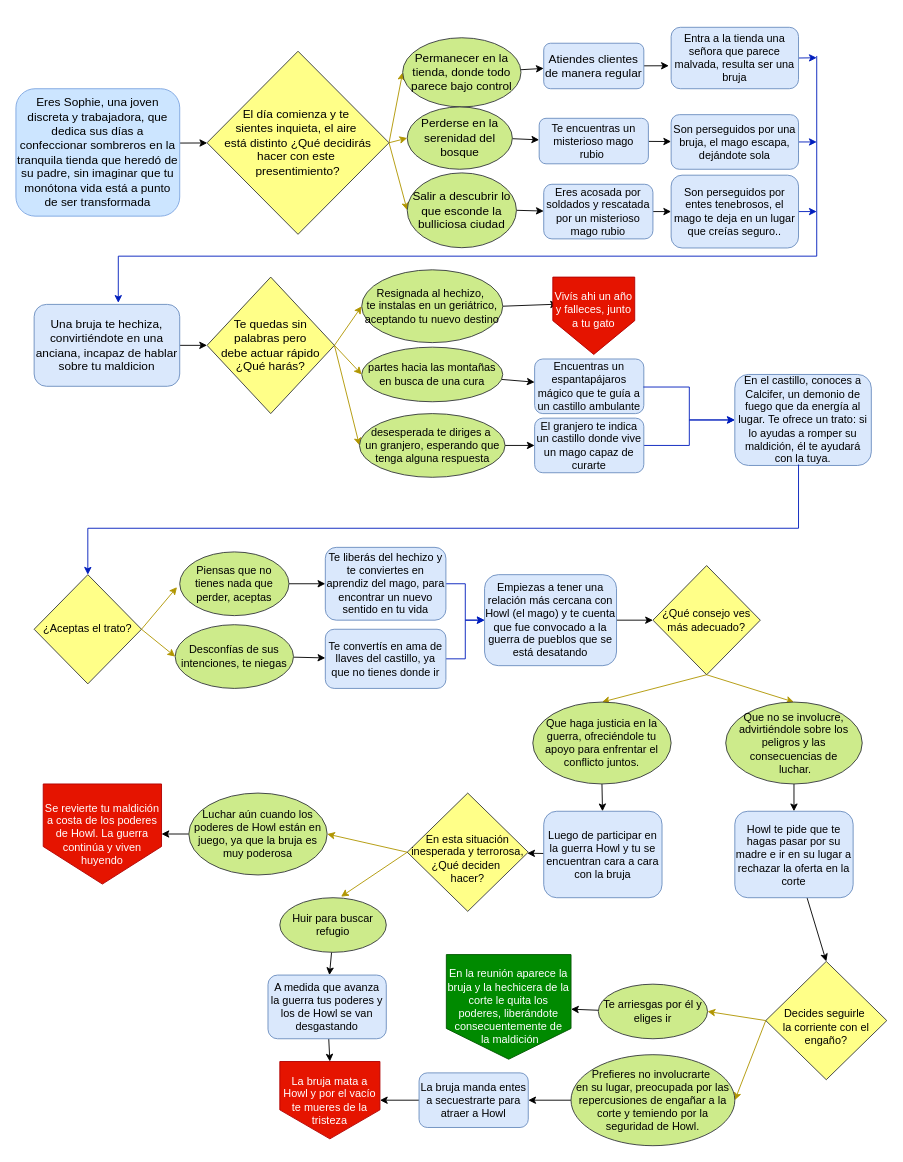
Before: Untitled Diagram.drawio in delfinapinto/pmiw, a draw.io diagram. Source tidied: cells renumbered, new cells numbered last; positions are measured from the earlier drawing's top-left corner, leaving out a move shared by most shapes. Both pictures are drawn from the tidied source at 91%, with x=0, y=0 at pixel (15, 26).
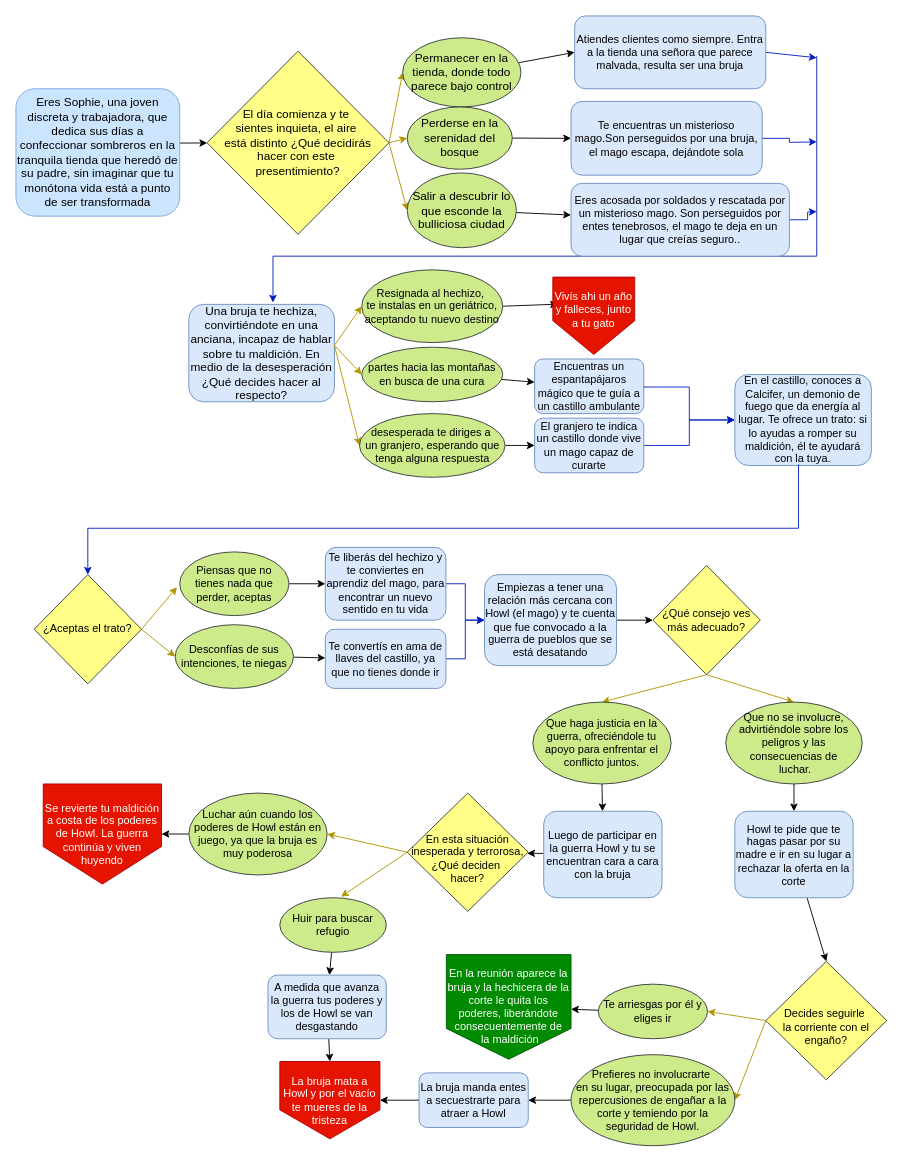
The same page after the edit.

The change refers to these unchanged cells:
```xml
<mxCell id="9" value="&lt;font style=&quot;font-size: 13px;&quot;&gt;Permanecer en la tienda, donde todo parece bajo control&lt;/font&gt;" style="ellipse;whiteSpace=wrap;html=1;fillColor=#cdeb8b;strokeColor=#36393d;" parent="1" vertex="1">
  <mxGeometry x="425" y="12" width="130" height="76" as="geometry" />
</mxCell>
<mxCell id="11" value="&lt;font style=&quot;font-size: 13px;&quot;&gt;Perderse en la serenidad del bosque&lt;/font&gt;" style="ellipse;whiteSpace=wrap;html=1;fillColor=#cdeb8b;strokeColor=#36393d;" parent="1" vertex="1">
  <mxGeometry x="430" y="88" width="115.5" height="68.5" as="geometry" />
</mxCell>
<mxCell id="13" value="&lt;font style=&quot;font-size: 13px;&quot;&gt;Salir a descubrir lo que esconde la bulliciosa ciudad&lt;/font&gt;" style="ellipse;whiteSpace=wrap;html=1;fillColor=#cdeb8b;strokeColor=#36393d;" parent="1" vertex="1">
  <mxGeometry x="430" y="160.5" width="120" height="82.2" as="geometry" />
</mxCell>
<mxCell id="36" value="Resignada al hechizo,&amp;nbsp;&lt;div&gt;te instalas en un geriátrico, aceptando tu nuevo destino&lt;/div&gt;" style="ellipse;whiteSpace=wrap;html=1;fillColor=#cdeb8b;strokeColor=#36393d;" parent="1" vertex="1">
  <mxGeometry x="380" y="267" width="155" height="80" as="geometry" />
</mxCell>
<mxCell id="38" value="partes hacia las montañas en busca de una cura" style="ellipse;whiteSpace=wrap;html=1;fillColor=#cdeb8b;strokeColor=#36393d;" parent="1" vertex="1">
  <mxGeometry x="380" y="352" width="155" height="60" as="geometry" />
</mxCell>
<mxCell id="40" value="desesperada te diriges a&amp;nbsp;&lt;div&gt;un granjero, esperando que tenga alguna respuesta&lt;/div&gt;" style="ellipse;whiteSpace=wrap;html=1;fillColor=#cdeb8b;strokeColor=#36393d;" parent="1" vertex="1">
  <mxGeometry x="377.5" y="425" width="160" height="70" as="geometry" />
</mxCell>
```

The edit, as a diff of the source:
```diff
@@
-    <mxCell id="8" style="rounded=0;jettySize=auto;html=1;fillColor=#60a917;strokeColor=#000000;" parent="1" edge="1" source="9" target="15">
+    <mxCell id="8" style="rounded=0;jettySize=auto;html=1;fillColor=#60a917;strokeColor=#000000;entryX=0;entryY=0.5;entryDx=0;entryDy=0;" parent="1" edge="1" source="9" target="23">
       <mxGeometry relative="1" as="geometry" />
     </mxCell>
@@
-    <mxCell id="10" style="rounded=0;jettySize=auto;html=1;fillColor=#60a917;strokeColor=#000000;" parent="1" edge="1" source="11" target="17">
+    <mxCell id="10" style="rounded=0;jettySize=auto;html=1;fillColor=#60a917;strokeColor=#000000;entryX=0;entryY=0.5;entryDx=0;entryDy=0;" parent="1" edge="1" source="11" target="26">
       <mxGeometry relative="1" as="geometry" />
     </mxCell>
@@
-    <mxCell id="12" style="rounded=0;jettySize=auto;html=1;fillColor=#60a917;strokeColor=#000000;" parent="1" edge="1" source="13" target="20">
+    <mxCell id="12" style="rounded=0;jettySize=auto;html=1;fillColor=#60a917;strokeColor=#000000;" parent="1" edge="1" source="13" target="28">
       <mxGeometry relative="1" as="geometry" />
     </mxCell>
@@
-    <mxCell id="14" style="rounded=0;jettySize=auto;html=1;entryX=-0.018;entryY=0.626;entryDx=0;entryDy=0;entryPerimeter=0;" parent="1" edge="1" source="15" target="23">
-      <mxGeometry relative="1" as="geometry" />
-    </mxCell>
-    <mxCell id="15" value="&lt;font style=&quot;font-size: 13px;&quot;&gt;Atiendes clientes de manera regular&lt;/font&gt;" style="rounded=1;whiteSpace=wrap;html=1;fillColor=#dae8fc;strokeColor=#6c8ebf;" parent="1" vertex="1">
-      <mxGeometry x="580" y="18" width="110" height="50" as="geometry" />
-    </mxCell>
-    <mxCell id="16" style="rounded=0;jettySize=auto;html=1;" parent="1" edge="1" source="17" target="26">
-      <mxGeometry relative="1" as="geometry" />
-    </mxCell>
-    <mxCell id="17" value="Te encuentras un misterioso mago rubio&amp;nbsp;" style="rounded=1;whiteSpace=wrap;html=1;fillColor=#dae8fc;strokeColor=#6c8ebf;" parent="1" vertex="1">
-      <mxGeometry x="575" y="100.5" width="120" height="50" as="geometry" />
-    </mxCell>
-    <mxCell id="18" style="rounded=0;jettySize=auto;html=1;" parent="1" edge="1" source="20">
-      <mxGeometry relative="1" as="geometry">
-        <mxPoint x="642" y="205.9" as="targetPoint" />
-      </mxGeometry>
-    </mxCell>
-    <mxCell id="19" style="rounded=0;jettySize=auto;html=1;exitX=1;exitY=0.5;exitDx=0;exitDy=0;entryX=0;entryY=0.5;entryDx=0;entryDy=0;" parent="1" edge="1" source="20" target="28">
-      <mxGeometry relative="1" as="geometry" />
-    </mxCell>
-    <mxCell id="20" value="Eres acosada por soldados y rescatada por un misterioso mago rubio" style="rounded=1;whiteSpace=wrap;html=1;fillColor=#dae8fc;strokeColor=#6c8ebf;" parent="1" vertex="1">
-      <mxGeometry x="580" y="173" width="120" height="60" as="geometry" />
-    </mxCell>
     <mxCell id="21" style="edgeStyle=orthogonalEdgeStyle;rounded=0;jettySize=auto;html=1;entryX=0.578;entryY=-0.019;entryDx=0;entryDy=0;fillColor=#0050ef;strokeColor=#001DBC;entryPerimeter=0;" parent="1" edge="1" target="30">
       <mxGeometry relative="1" as="geometry">
         <mxPoint x="880" y="32" as="sourcePoint" />
         <Array as="points">
           <mxPoint x="880" y="252" />
-          <mxPoint x="112" y="252" />
+          <mxPoint x="282" y="252" />
+          <mxPoint x="282" y="303" />
         </Array>
       </mxGeometry>
     </mxCell>
@@
-    <mxCell id="23" value="Entra a la tienda una señora que parece malvada, resulta ser una bruja" style="whiteSpace=wrap;html=1;rounded=1;fillColor=#dae8fc;strokeColor=#6c8ebf;" parent="1" vertex="1">
-      <mxGeometry x="720" y="0.5" width="140" height="67.5" as="geometry" />
+    <mxCell id="23" value="Atiendes clientes como siempre. Entra a la tienda una señora que parece malvada, resulta ser una bruja" style="whiteSpace=wrap;html=1;rounded=1;fillColor=#dae8fc;strokeColor=#6c8ebf;" parent="1" vertex="1">
+      <mxGeometry x="614" y="-12" width="210" height="80" as="geometry" />
     </mxCell>
@@
-    <mxCell id="26" value="Son perseguidos por una bruja, el mago escapa, dejándote sola" style="rounded=1;whiteSpace=wrap;html=1;fillColor=#dae8fc;strokeColor=#6c8ebf;" parent="1" vertex="1">
-      <mxGeometry x="720" y="96.5" width="140" height="60" as="geometry" />
+    <mxCell id="26" value="Te encuentras un misterioso mago.Son perseguidos por una bruja, el mago escapa, dejándote sola" style="rounded=1;whiteSpace=wrap;html=1;fillColor=#dae8fc;strokeColor=#6c8ebf;" parent="1" vertex="1">
+      <mxGeometry x="610" y="82" width="210" height="81" as="geometry" />
     </mxCell>
@@
-    <mxCell id="28" value="Son perseguidos por entes tenebrosos, el mago te deja en un lugar  que creías seguro.." style="rounded=1;whiteSpace=wrap;html=1;fillColor=#dae8fc;strokeColor=#6c8ebf;" parent="1" vertex="1">
-      <mxGeometry x="720" y="163" width="140" height="80" as="geometry" />
+    <mxCell id="28" value="Eres acosada por soldados y rescatada por un misterioso mago. Son perseguidos por entes tenebrosos, el mago te deja en un lugar  que creías seguro.." style="rounded=1;whiteSpace=wrap;html=1;fillColor=#dae8fc;strokeColor=#6c8ebf;" parent="1" vertex="1">
+      <mxGeometry x="610" y="172" width="240" height="80" as="geometry" />
     </mxCell>
-    <mxCell id="29" style="rounded=0;jettySize=auto;html=1;exitX=1;exitY=0.5;exitDx=0;exitDy=0;entryX=0;entryY=0.5;entryDx=0;entryDy=0;" parent="1" edge="1" source="30" target="34">
-      <mxGeometry relative="1" as="geometry" />
+    <mxCell id="29" style="rounded=0;jettySize=auto;html=1;exitX=1;exitY=0.5;exitDx=0;exitDy=0;entryX=0;entryY=0.5;entryDx=0;entryDy=0;" parent="1" edge="1" source="30">
+      <mxGeometry relative="1" as="geometry">
+        <mxPoint x="210" y="350" as="targetPoint" />
+      </mxGeometry>
     </mxCell>
-    <mxCell id="30" value="&lt;font style=&quot;font-size: 13px;&quot;&gt;Una bruja te hechiza, convirtiéndote en una anciana, incapaz de hablar sobre tu maldicion&lt;/font&gt;" style="rounded=1;whiteSpace=wrap;html=1;fillColor=#dae8fc;strokeColor=#6c8ebf;" parent="1" vertex="1">
-      <mxGeometry x="20" y="305" width="160" height="90" as="geometry" />
+    <mxCell id="30" value="&lt;font style=&quot;font-size: 13px;&quot;&gt;Una bruja te hechiza, convirtiéndote en una anciana, incapaz de hablar sobre tu maldición. En medio de la desesperación ¿Qué decides hacer al respecto?&lt;/font&gt;" style="rounded=1;whiteSpace=wrap;html=1;fillColor=#dae8fc;strokeColor=#6c8ebf;" parent="1" vertex="1">
+      <mxGeometry x="190" y="305" width="160" height="107" as="geometry" />
     </mxCell>
-    <mxCell id="31" style="rounded=0;jettySize=auto;html=1;fillColor=#e3c800;strokeColor=#B09500;exitX=1;exitY=0.5;exitDx=0;exitDy=0;entryX=0;entryY=0.5;entryDx=0;entryDy=0;" parent="1" edge="1" source="34" target="36">
-      <mxGeometry relative="1" as="geometry" />
+    <mxCell id="31" style="rounded=0;jettySize=auto;html=1;fillColor=#e3c800;strokeColor=#B09500;exitX=1;exitY=0.5;exitDx=0;exitDy=0;entryX=0;entryY=0.5;entryDx=0;entryDy=0;" parent="1" edge="1" target="36">
+      <mxGeometry relative="1" as="geometry">
+        <mxPoint x="350" y="350" as="sourcePoint" />
+      </mxGeometry>
     </mxCell>
-    <mxCell id="32" style="rounded=0;jettySize=auto;html=1;exitX=1;exitY=0.5;exitDx=0;exitDy=0;entryX=0;entryY=0.5;entryDx=0;entryDy=0;fillColor=#e3c800;strokeColor=#B09500;" parent="1" edge="1" source="34" target="38">
-      <mxGeometry relative="1" as="geometry" />
+    <mxCell id="32" style="rounded=0;jettySize=auto;html=1;exitX=1;exitY=0.5;exitDx=0;exitDy=0;entryX=0;entryY=0.5;entryDx=0;entryDy=0;fillColor=#e3c800;strokeColor=#B09500;" parent="1" edge="1" target="38">
+      <mxGeometry relative="1" as="geometry">
+        <mxPoint x="350" y="350" as="sourcePoint" />
+      </mxGeometry>
     </mxCell>
-    <mxCell id="33" style="rounded=0;jettySize=auto;html=1;exitX=1;exitY=0.5;exitDx=0;exitDy=0;entryX=0;entryY=0.5;entryDx=0;entryDy=0;fillColor=#e3c800;strokeColor=#B09500;" parent="1" edge="1" source="34" target="40">
-      <mxGeometry relative="1" as="geometry" />
+    <mxCell id="33" style="rounded=0;jettySize=auto;html=1;exitX=1;exitY=0.5;exitDx=0;exitDy=0;entryX=0;entryY=0.5;entryDx=0;entryDy=0;fillColor=#e3c800;strokeColor=#B09500;" parent="1" edge="1" target="40">
+      <mxGeometry relative="1" as="geometry">
+        <mxPoint x="350" y="350" as="sourcePoint" />
+      </mxGeometry>
     </mxCell>
-    <mxCell id="34" value="&lt;span style=&quot;font-size: 13px;&quot;&gt;Te&amp;nbsp;&lt;/span&gt;&lt;span style=&quot;background-color: initial; font-size: 13px;&quot;&gt;quedas&amp;nbsp;&lt;/span&gt;&lt;span style=&quot;background-color: initial; font-size: 13px;&quot;&gt;sin&lt;/span&gt;&lt;div&gt;&lt;span style=&quot;font-size: 13px; background-color: initial;&quot;&gt;&amp;nbsp;palabras pero&amp;nbsp;&lt;/span&gt;&lt;div&gt;&lt;div&gt;&lt;span style=&quot;font-size: 13px;&quot;&gt;debe actuar rápido ¿Qué harás?&lt;/span&gt;&lt;/div&gt;&lt;/div&gt;&lt;/div&gt;" style="rhombus;whiteSpace=wrap;html=1;fillColor=#ffff88;strokeColor=#36393d;" parent="1" vertex="1">
-      <mxGeometry x="210" y="275" width="140" height="150" as="geometry" />
-    </mxCell>
```
